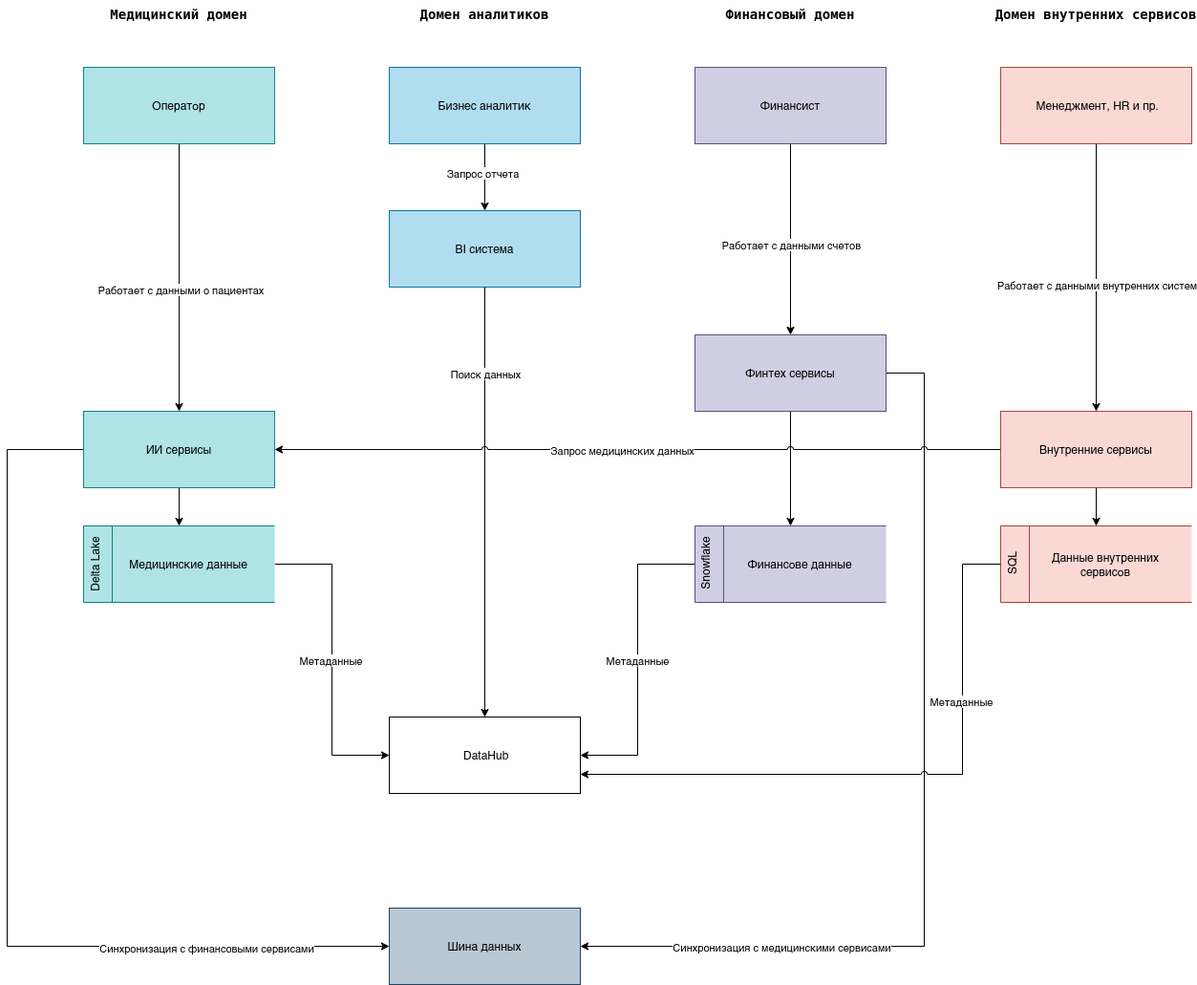
The draw.io diagram Task2/data_flow.drawio.png in n1654/architecture-future_2_0, before a commit. Source tidied: cells renumbered, new cells last; positions are measured from the earlier drawing's top-left corner, leaving out a move shared by most shapes. The source it was exported from:
```xml
<mxGraphModel>
  <root>
    <mxCell id="0" />
    <mxCell id="1" parent="0" />
    <mxCell id="2" style="edgeStyle=orthogonalEdgeStyle;rounded=0;jettySize=auto;html=1;jumpStyle=arc;" parent="1" edge="1" source="4" target="16">
      <mxGeometry relative="1" as="geometry" />
    </mxCell>
    <mxCell id="3" value="Работает с данными о пациентах" style="edgeLabel;html=1;align=center;verticalAlign=middle;" parent="2" vertex="1">
      <mxGeometry x="0.08" y="1" relative="1" as="geometry" />
    </mxCell>
    <mxCell id="4" value="Оператор" style="rounded=0;whiteSpace=wrap;html=1;fillColor=#b0e3e6;strokeColor=#0e8088;" parent="1" vertex="1">
      <mxGeometry x="80" y="70" width="200" height="80" as="geometry" />
    </mxCell>
    <mxCell id="5" style="edgeStyle=orthogonalEdgeStyle;rounded=0;jettySize=auto;html=1;jumpStyle=arc;" parent="1" edge="1" source="7" target="19">
      <mxGeometry relative="1" as="geometry" />
    </mxCell>
    <mxCell id="6" value="Запрос отчета" style="edgeLabel;html=1;align=center;verticalAlign=middle;" parent="5" vertex="1">
      <mxGeometry x="-0.14" y="-3" relative="1" as="geometry" />
    </mxCell>
    <mxCell id="7" value="Бизнес аналитик" style="rounded=0;whiteSpace=wrap;html=1;fillColor=#b1ddf0;strokeColor=#10739e;" parent="1" vertex="1">
      <mxGeometry x="400" y="70" width="200" height="80" as="geometry" />
    </mxCell>
    <mxCell id="8" style="edgeStyle=orthogonalEdgeStyle;rounded=0;jettySize=auto;html=1;jumpStyle=arc;" parent="1" edge="1" source="10" target="25">
      <mxGeometry relative="1" as="geometry" />
    </mxCell>
    <mxCell id="9" value="Работает с данными счетов" style="edgeLabel;html=1;align=center;verticalAlign=middle;" parent="8" vertex="1">
      <mxGeometry x="0.05" relative="1" as="geometry" />
    </mxCell>
    <mxCell id="10" value="Финансист" style="rounded=0;whiteSpace=wrap;html=1;fillColor=#d0cee2;strokeColor=#56517e;" parent="1" vertex="1">
      <mxGeometry x="720" y="70" width="200" height="80" as="geometry" />
    </mxCell>
    <mxCell id="11" style="edgeStyle=orthogonalEdgeStyle;rounded=0;jettySize=auto;html=1;entryX=0;entryY=0.5;entryDx=0;entryDy=0;jumpStyle=arc;" parent="1" edge="1" source="36" target="32">
      <mxGeometry relative="1" as="geometry" />
    </mxCell>
    <mxCell id="12" value="Метаданные" style="edgeLabel;html=1;align=center;verticalAlign=middle;" parent="11" vertex="1">
      <mxGeometry y="-2" relative="1" as="geometry" />
    </mxCell>
    <mxCell id="13" style="edgeStyle=orthogonalEdgeStyle;rounded=0;jettySize=auto;html=1;" parent="1" edge="1" source="16" target="36">
      <mxGeometry relative="1" as="geometry" />
    </mxCell>
    <mxCell id="14" style="edgeStyle=orthogonalEdgeStyle;rounded=0;jettySize=auto;html=1;entryX=0;entryY=0.5;entryDx=0;entryDy=0;jumpStyle=arc;" parent="1" edge="1" source="16" target="49">
      <mxGeometry relative="1" as="geometry">
        <Array as="points">
          <mxPoint y="470" />
          <mxPoint y="990" />
        </Array>
      </mxGeometry>
    </mxCell>
    <mxCell id="15" value="Синхронизация с финансовыми сервисами" style="edgeLabel;html=1;align=center;verticalAlign=middle;" parent="14" vertex="1">
      <mxGeometry x="0.62" y="-1" relative="1" as="geometry" />
    </mxCell>
    <mxCell id="16" value="ИИ сервисы" style="rounded=0;whiteSpace=wrap;html=1;fillColor=#b0e3e6;strokeColor=#0e8088;" parent="1" vertex="1">
      <mxGeometry x="80" y="430" width="200" height="80" as="geometry" />
    </mxCell>
    <mxCell id="17" style="edgeStyle=orthogonalEdgeStyle;rounded=0;jettySize=auto;html=1;jumpStyle=arc;" parent="1" edge="1" source="19" target="32">
      <mxGeometry relative="1" as="geometry" />
    </mxCell>
    <mxCell id="18" value="Поиск данных" style="edgeLabel;html=1;align=center;verticalAlign=middle;" parent="17" vertex="1">
      <mxGeometry x="-0.2" y="1" relative="1" as="geometry">
        <mxPoint x="-1" y="-90" as="offset" />
      </mxGeometry>
    </mxCell>
    <mxCell id="19" value="BI система" style="rounded=0;whiteSpace=wrap;html=1;fillColor=#b1ddf0;strokeColor=#10739e;" parent="1" vertex="1">
      <mxGeometry x="400" y="220" width="200" height="80" as="geometry" />
    </mxCell>
    <mxCell id="20" style="edgeStyle=orthogonalEdgeStyle;rounded=0;jettySize=auto;html=1;entryX=1;entryY=0.5;entryDx=0;entryDy=0;exitX=0;exitY=0.5;exitDx=0;exitDy=0;jumpStyle=arc;" parent="1" edge="1" source="38" target="32">
      <mxGeometry relative="1" as="geometry">
        <Array as="points">
          <mxPoint x="660" y="590" />
          <mxPoint x="660" y="790" />
        </Array>
      </mxGeometry>
    </mxCell>
    <mxCell id="21" value="Метаданные" style="edgeLabel;html=1;align=center;verticalAlign=middle;" parent="20" vertex="1">
      <mxGeometry y="-1" relative="1" as="geometry" />
    </mxCell>
    <mxCell id="22" style="edgeStyle=orthogonalEdgeStyle;rounded=0;jettySize=auto;html=1;entryX=0.5;entryY=0;entryDx=0;entryDy=0;" parent="1" edge="1" source="25" target="38">
      <mxGeometry relative="1" as="geometry" />
    </mxCell>
    <mxCell id="23" style="edgeStyle=orthogonalEdgeStyle;rounded=0;jettySize=auto;html=1;entryX=1;entryY=0.5;entryDx=0;entryDy=0;jumpStyle=arc;exitX=1;exitY=0.5;exitDx=0;exitDy=0;" parent="1" edge="1" source="25" target="49">
      <mxGeometry relative="1" as="geometry">
        <Array as="points">
          <mxPoint x="960" y="390" />
          <mxPoint x="960" y="990" />
        </Array>
      </mxGeometry>
    </mxCell>
    <mxCell id="24" value="Синхронизация с медицинскими сервисами" style="edgeLabel;html=1;align=center;verticalAlign=middle;" parent="23" vertex="1">
      <mxGeometry x="0.58" relative="1" as="geometry" />
    </mxCell>
    <mxCell id="25" value="Финтех сервисы" style="rounded=0;whiteSpace=wrap;html=1;fillColor=#d0cee2;strokeColor=#56517e;" parent="1" vertex="1">
      <mxGeometry x="720" y="350" width="200" height="80" as="geometry" />
    </mxCell>
    <mxCell id="26" style="edgeStyle=orthogonalEdgeStyle;rounded=0;jettySize=auto;html=1;entryX=1;entryY=0.75;entryDx=0;entryDy=0;exitX=0;exitY=0.5;exitDx=0;exitDy=0;jumpStyle=arc;" parent="1" edge="1" source="40" target="32">
      <mxGeometry relative="1" as="geometry">
        <Array as="points">
          <mxPoint x="1000" y="590" />
          <mxPoint x="1000" y="810" />
        </Array>
      </mxGeometry>
    </mxCell>
    <mxCell id="27" value="Метаданные" style="edgeLabel;html=1;align=center;verticalAlign=middle;" parent="26" vertex="1">
      <mxGeometry x="-0.44" y="-2" relative="1" as="geometry" />
    </mxCell>
    <mxCell id="28" style="edgeStyle=orthogonalEdgeStyle;rounded=0;jettySize=auto;html=1;entryX=0.5;entryY=0;entryDx=0;entryDy=0;jumpStyle=arc;" parent="1" edge="1" source="31" target="40">
      <mxGeometry relative="1" as="geometry" />
    </mxCell>
    <mxCell id="29" style="edgeStyle=orthogonalEdgeStyle;rounded=0;jettySize=auto;html=1;jumpStyle=arc;" parent="1" edge="1" source="31" target="16">
      <mxGeometry relative="1" as="geometry" />
    </mxCell>
    <mxCell id="30" value="Запрос медицинских данных" style="edgeLabel;html=1;align=center;verticalAlign=middle;" parent="29" vertex="1">
      <mxGeometry x="0.04" relative="1" as="geometry" />
    </mxCell>
    <mxCell id="31" value="Внутренние сервисы" style="rounded=0;whiteSpace=wrap;html=1;fillColor=#fad9d5;strokeColor=#ae4132;" parent="1" vertex="1">
      <mxGeometry x="1040" y="430" width="200" height="80" as="geometry" />
    </mxCell>
    <mxCell id="32" value="&amp;nbsp;DataHub" style="rounded=0;whiteSpace=wrap;html=1;" parent="1" vertex="1">
      <mxGeometry x="400" y="750" width="200" height="80" as="geometry" />
    </mxCell>
    <mxCell id="33" style="edgeStyle=orthogonalEdgeStyle;rounded=0;jettySize=auto;html=1;jumpStyle=arc;" parent="1" edge="1" source="35" target="31">
      <mxGeometry relative="1" as="geometry" />
    </mxCell>
    <mxCell id="34" value="Работает с данными внутренних систем" style="edgeLabel;html=1;align=center;verticalAlign=middle;" parent="33" vertex="1">
      <mxGeometry x="0.04" relative="1" as="geometry" />
    </mxCell>
    <mxCell id="35" value="&amp;nbsp;Менеджмент, HR и пр." style="rounded=0;whiteSpace=wrap;html=1;fillColor=#fad9d5;strokeColor=#ae4132;" parent="1" vertex="1">
      <mxGeometry x="1040" y="70" width="200" height="80" as="geometry" />
    </mxCell>
    <mxCell id="36" style="html=1;dashed=0;whiteSpace=wrap;shape=mxgraph.dfd.dataStoreID;align=left;spacingLeft=3;points=[[0,0],[0.5,0],[1,0],[0,0.5],[1,0.5],[0,1],[0.5,1],[1,1]];fillColor=#b0e3e6;strokeColor=#0e8088;" parent="1" vertex="1">
      <mxGeometry x="80" y="550" width="200" height="80" as="geometry" />
    </mxCell>
    <mxCell id="37" value="Медицинские данные" style="text;html=1;align=center;verticalAlign=middle;whiteSpace=wrap;rounded=0;" parent="1" vertex="1">
      <mxGeometry x="120" y="575" width="140" height="30" as="geometry" />
    </mxCell>
    <mxCell id="38" style="html=1;dashed=0;whiteSpace=wrap;shape=mxgraph.dfd.dataStoreID;align=left;spacingLeft=3;points=[[0,0],[0.5,0],[1,0],[0,0.5],[1,0.5],[0,1],[0.5,1],[1,1]];fillColor=#d0cee2;strokeColor=#56517e;" parent="1" vertex="1">
      <mxGeometry x="720" y="550" width="200" height="80" as="geometry" />
    </mxCell>
    <mxCell id="39" value="Финансове данные" style="text;html=1;align=center;verticalAlign=middle;whiteSpace=wrap;rounded=0;" parent="1" vertex="1">
      <mxGeometry x="760" y="575" width="140" height="30" as="geometry" />
    </mxCell>
    <mxCell id="40" style="html=1;dashed=0;whiteSpace=wrap;shape=mxgraph.dfd.dataStoreID;align=left;spacingLeft=3;points=[[0,0],[0.5,0],[1,0],[0,0.5],[1,0.5],[0,1],[0.5,1],[1,1]];fillColor=#fad9d5;strokeColor=#ae4132;" parent="1" vertex="1">
      <mxGeometry x="1040" y="550" width="200" height="80" as="geometry" />
    </mxCell>
    <mxCell id="41" value="Данные внутренних сервисов" style="text;html=1;align=center;verticalAlign=middle;whiteSpace=wrap;rounded=0;" parent="1" vertex="1">
      <mxGeometry x="1080" y="575" width="140" height="30" as="geometry" />
    </mxCell>
    <mxCell id="42" value="Delta Lake" style="text;html=1;align=center;verticalAlign=middle;whiteSpace=wrap;rounded=0;rotation=-90;" parent="1" vertex="1">
      <mxGeometry x="22" y="575" width="140" height="30" as="geometry" />
    </mxCell>
    <mxCell id="43" value="Snowflake" style="text;html=1;align=center;verticalAlign=middle;whiteSpace=wrap;rounded=0;rotation=-90;" parent="1" vertex="1">
      <mxGeometry x="661" y="574" width="140" height="30" as="geometry" />
    </mxCell>
    <mxCell id="44" value="SQL" style="text;html=1;align=center;verticalAlign=middle;whiteSpace=wrap;rounded=0;rotation=-90;" parent="1" vertex="1">
      <mxGeometry x="982" y="574" width="140" height="30" as="geometry" />
    </mxCell>
    <mxCell id="45" value="&lt;div style=&quot;background-color: rgb(255, 255, 255); font-family: &amp;quot;Droid Sans Mono&amp;quot;, &amp;quot;monospace&amp;quot;, monospace; font-size: 14px; line-height: 19px; white-space: pre;&quot;&gt;Медицинский домен&lt;/div&gt;" style="text;html=1;align=center;verticalAlign=middle;whiteSpace=wrap;rounded=0;fontStyle=1;" parent="1" vertex="1">
      <mxGeometry x="150" width="60" height="30" as="geometry" />
    </mxCell>
    <mxCell id="46" value="&lt;div style=&quot;color: rgb(0, 0, 0); background-color: rgb(255, 255, 255); font-family: &amp;quot;Droid Sans Mono&amp;quot;, &amp;quot;monospace&amp;quot;, monospace; font-size: 14px; line-height: 19px; white-space: pre;&quot;&gt;&lt;div&gt;&lt;span style=&quot;color: #000000;&quot;&gt;Домен аналитиков&lt;/span&gt;&lt;/div&gt;&lt;/div&gt;" style="text;html=1;align=center;verticalAlign=middle;whiteSpace=wrap;rounded=0;fontStyle=1;" parent="1" vertex="1">
      <mxGeometry x="470" width="60" height="30" as="geometry" />
    </mxCell>
    <mxCell id="47" value="&lt;div style=&quot;color: rgb(0, 0, 0); background-color: rgb(255, 255, 255); font-family: &amp;quot;Droid Sans Mono&amp;quot;, &amp;quot;monospace&amp;quot;, monospace; font-size: 14px; line-height: 19px; white-space: pre;&quot;&gt;&lt;div&gt;&lt;span style=&quot;color: #000000;&quot;&gt;Финансовый домен&lt;/span&gt;&lt;/div&gt;&lt;/div&gt;" style="text;html=1;align=center;verticalAlign=middle;whiteSpace=wrap;rounded=0;fontStyle=1;" parent="1" vertex="1">
      <mxGeometry x="790" width="60" height="30" as="geometry" />
    </mxCell>
    <mxCell id="48" value="&lt;div style=&quot;color: rgb(0, 0, 0); background-color: rgb(255, 255, 255); font-family: &amp;quot;Droid Sans Mono&amp;quot;, &amp;quot;monospace&amp;quot;, monospace; font-size: 14px; line-height: 19px; white-space: pre;&quot;&gt;&lt;div&gt;&lt;span style=&quot;color: #000000;&quot;&gt;Домен внутренних сервисов&lt;/span&gt;&lt;/div&gt;&lt;/div&gt;" style="text;html=1;align=center;verticalAlign=middle;whiteSpace=wrap;rounded=0;fontStyle=1;" parent="1" vertex="1">
      <mxGeometry x="1110" width="60" height="30" as="geometry" />
    </mxCell>
    <mxCell id="49" value="Шина данных" style="rounded=0;whiteSpace=wrap;html=1;fillColor=#bac8d3;strokeColor=#23445d;" parent="1" vertex="1">
      <mxGeometry x="400" y="950" width="200" height="80" as="geometry" />
    </mxCell>
  </root>
</mxGraphModel>
```
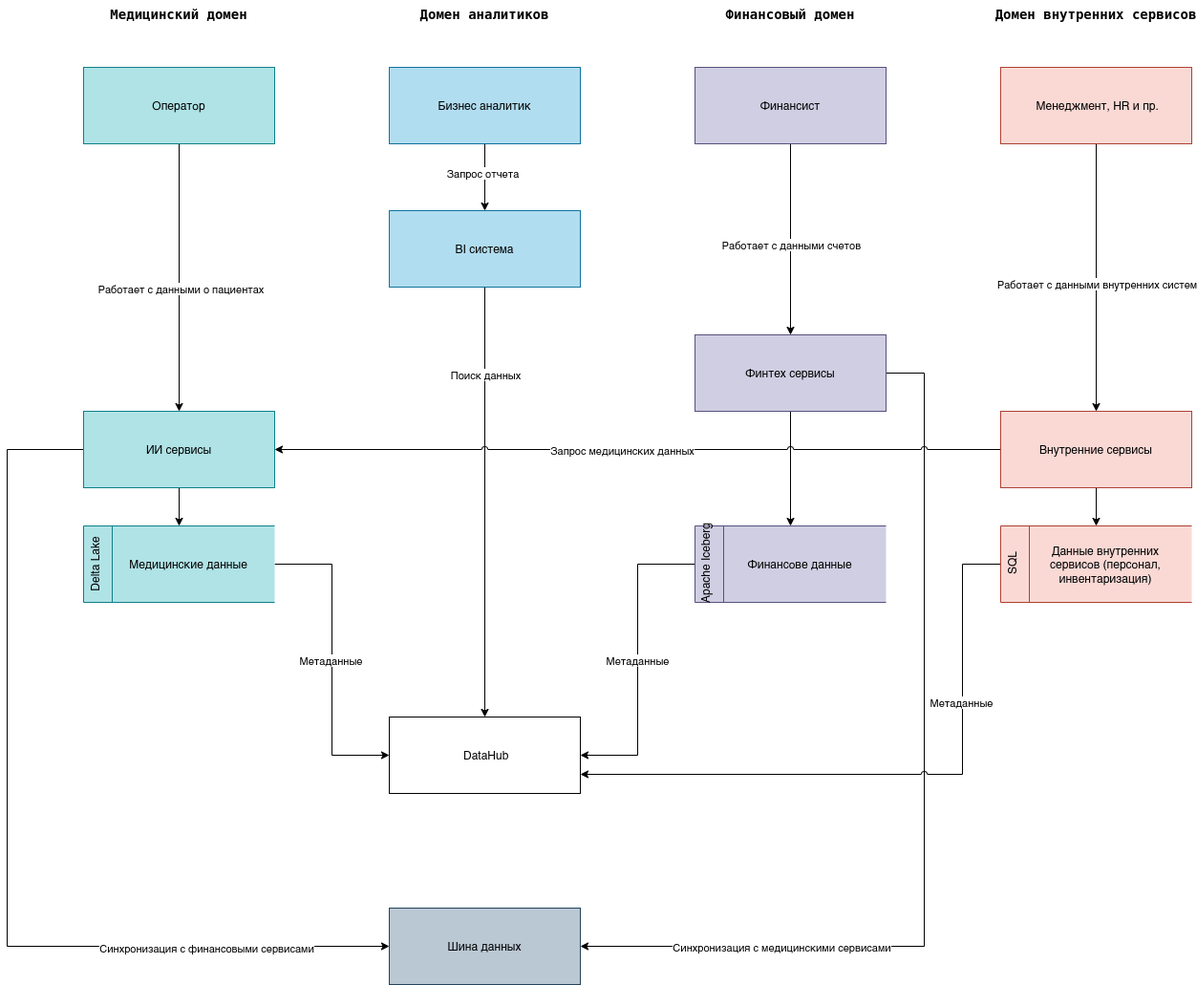
Above is the later version.

Change to the diagram source:
```diff
@@ -141,13 +141,13 @@
     <mxCell id="40" style="html=1;dashed=0;whiteSpace=wrap;shape=mxgraph.dfd.dataStoreID;align=left;spacingLeft=3;points=[[0,0],[0.5,0],[1,0],[0,0.5],[1,0.5],[0,1],[0.5,1],[1,1]];fillColor=#fad9d5;strokeColor=#ae4132;" parent="1" vertex="1">
       <mxGeometry x="1040" y="550" width="200" height="80" as="geometry" />
     </mxCell>
-    <mxCell id="41" value="Данные внутренних сервисов" style="text;html=1;align=center;verticalAlign=middle;whiteSpace=wrap;rounded=0;" parent="1" vertex="1">
+    <mxCell id="41" value="Данные внутренних сервисов (персонал, инвентаризация)" style="text;html=1;align=center;verticalAlign=middle;whiteSpace=wrap;rounded=0;" parent="1" vertex="1">
       <mxGeometry x="1080" y="575" width="140" height="30" as="geometry" />
     </mxCell>
     <mxCell id="42" value="Delta Lake" style="text;html=1;align=center;verticalAlign=middle;whiteSpace=wrap;rounded=0;rotation=-90;" parent="1" vertex="1">
       <mxGeometry x="22" y="575" width="140" height="30" as="geometry" />
     </mxCell>
-    <mxCell id="43" value="Snowflake" style="text;html=1;align=center;verticalAlign=middle;whiteSpace=wrap;rounded=0;rotation=-90;" parent="1" vertex="1">
+    <mxCell id="43" value="Apache Iceberg" style="text;html=1;align=center;verticalAlign=middle;whiteSpace=wrap;rounded=0;rotation=-90;" parent="1" vertex="1">
       <mxGeometry x="661" y="574" width="140" height="30" as="geometry" />
     </mxCell>
     <mxCell id="44" value="SQL" style="text;html=1;align=center;verticalAlign=middle;whiteSpace=wrap;rounded=0;rotation=-90;" parent="1" vertex="1">
```
